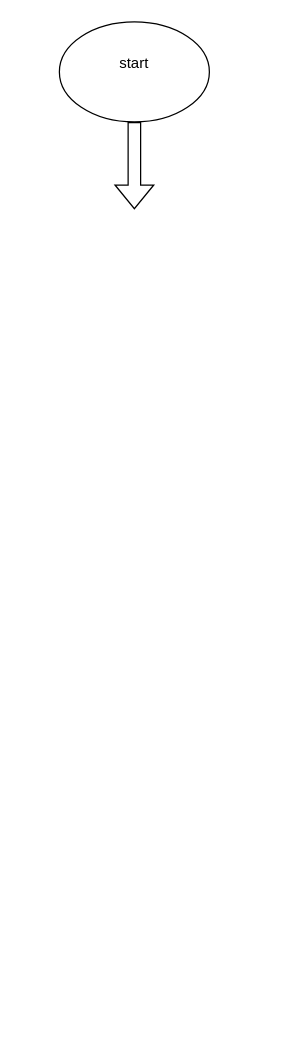
Earlier version of the draw.io diagram odd and even flowchart.drawio (AarushSingh2706/lesson-1-introduction-to-python). Source tidied: cells renumbered, new cells numbered last; positions are measured from the earlier drawing's top-left corner, leaving out a move shared by most shapes. Both pictures are drawn from the tidied source at 125%, with x=0, y=0 at pixel (59, 21).
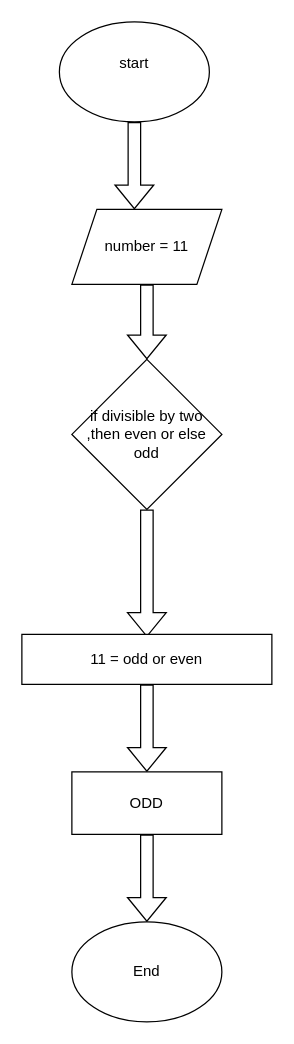
After the change.

Diff of the diagram source:
```diff
@@
 <mxGraphModel>
   <root>
     <mxCell id="0" />
     <mxCell id="1" parent="0" />
     <mxCell id="2" value="start&lt;div&gt;&lt;br&gt;&lt;/div&gt;" style="ellipse;whiteSpace=wrap;html=1;" parent="1" vertex="1">
       <mxGeometry width="120" height="80" as="geometry" />
     </mxCell>
     <mxCell id="3" style="shape=flexArrow;endArrow=classic;html=1;rounded=0;exitX=0.5;exitY=1;exitDx=0;exitDy=0;" parent="1" edge="1" source="2">
       <mxGeometry relative="1" as="geometry">
         <mxPoint x="60" y="150" as="targetPoint" />
       </mxGeometry>
     </mxCell>
+    <mxCell id="4" value="number = 11" style="shape=parallelogram;perimeter=parallelogramPerimeter;whiteSpace=wrap;html=1;fixedSize=1;" parent="1" vertex="1">
+      <mxGeometry x="10" y="150" width="120" height="60" as="geometry" />
+    </mxCell>
+    <mxCell id="5" style="shape=flexArrow;endArrow=classic;html=1;rounded=0;entryX=0.5;entryY=0;entryDx=0;entryDy=0;" parent="1" edge="1" target="6">
+      <mxGeometry relative="1" as="geometry">
+        <mxPoint x="70" y="210" as="sourcePoint" />
+      </mxGeometry>
+    </mxCell>
+    <mxCell id="6" value="if divisible by two ,then even or else odd" style="rhombus;whiteSpace=wrap;html=1;" parent="1" vertex="1">
+      <mxGeometry x="10" y="270" width="120" height="120" as="geometry" />
+    </mxCell>
+    <mxCell id="7" style="shape=flexArrow;endArrow=classic;html=1;rounded=0;exitX=0.5;exitY=1;exitDx=0;exitDy=0;" parent="1" edge="1" source="6">
+      <mxGeometry relative="1" as="geometry">
+        <mxPoint x="70" y="492.1" as="targetPoint" />
+      </mxGeometry>
+    </mxCell>
+    <mxCell id="8" value="11 = odd or even" style="rounded=0;whiteSpace=wrap;html=1;" parent="1" vertex="1">
+      <mxGeometry x="-30" y="490" width="200" height="40" as="geometry" />
+    </mxCell>
+    <mxCell id="9" style="shape=flexArrow;endArrow=classic;html=1;rounded=0;exitX=0.5;exitY=1;exitDx=0;exitDy=0;" parent="1" edge="1" source="8" target="10">
+      <mxGeometry relative="1" as="geometry" />
+    </mxCell>
+    <mxCell id="10" value="ODD" style="rounded=0;whiteSpace=wrap;html=1;" parent="1" vertex="1">
+      <mxGeometry x="10" y="600" width="120" height="50" as="geometry" />
+    </mxCell>
+    <mxCell id="11" style="shape=flexArrow;endArrow=classic;html=1;rounded=0;exitX=0.5;exitY=1;exitDx=0;exitDy=0;" parent="1" edge="1" source="10" target="12">
+      <mxGeometry relative="1" as="geometry" />
+    </mxCell>
+    <mxCell id="12" value="End" style="ellipse;whiteSpace=wrap;html=1;" parent="1" vertex="1">
+      <mxGeometry x="10" y="720" width="120" height="80" as="geometry" />
+    </mxCell>
   </root>
 </mxGraphModel>
```
